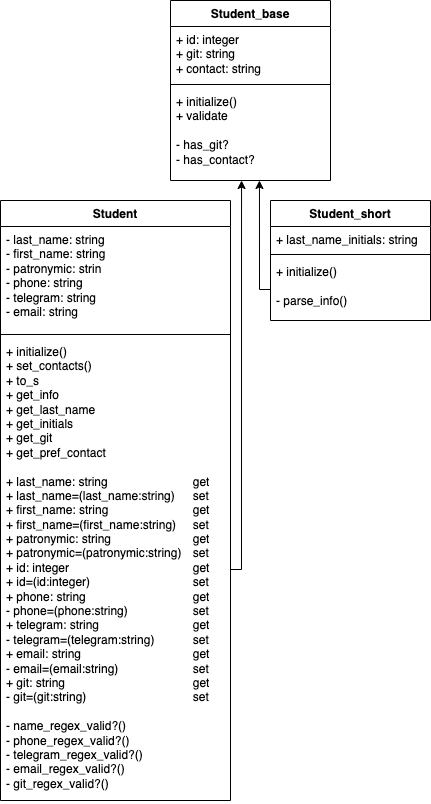
Above: Lab2_Core_Classes_and_Models/UML_Student.png in MishaBlinsky/design_patterns (draw.io), before the change. Source tidied: cells renumbered, new cells last; positions are measured from the earlier drawing's top-left corner, leaving out a move shared by most shapes.
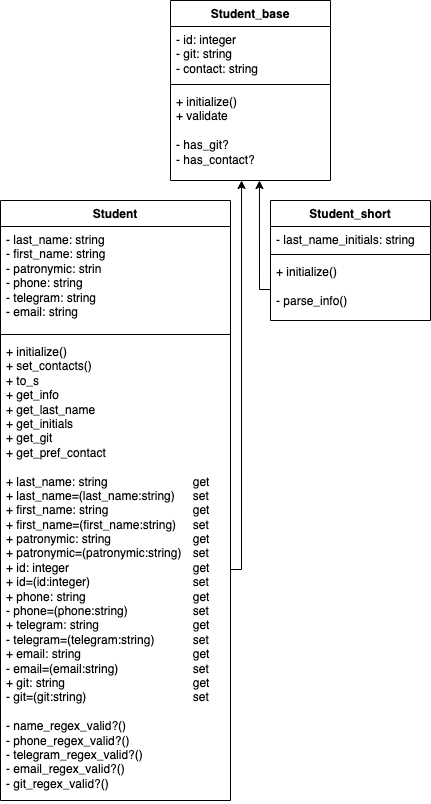
After the change.

Commit message:
UML_student.png - fields adjustment

The edit, as a diff of the source:
```diff
@@ -17,7 +17,7 @@
     <mxCell id="6" value="Student_base" style="swimlane;fontStyle=1;align=center;verticalAlign=top;horizontal=1;startSize=26;whiteSpace=wrap;html=1;" parent="1" vertex="1">
       <mxGeometry x="170" width="160" height="180" as="geometry" />
     </mxCell>
-    <mxCell id="7" value="+ id: integer&lt;div&gt;+ git: string&lt;/div&gt;&lt;div&gt;+ contact: string&lt;/div&gt;" style="text;strokeColor=none;fillColor=none;align=left;verticalAlign=top;spacingLeft=4;spacingRight=4;overflow=hidden;whiteSpace=wrap;html=1;" parent="6" vertex="1">
+    <mxCell id="7" value="- id: integer&lt;div&gt;- git: string&lt;/div&gt;&lt;div&gt;- contact: string&lt;/div&gt;" style="text;strokeColor=none;fillColor=none;align=left;verticalAlign=top;spacingLeft=4;spacingRight=4;overflow=hidden;whiteSpace=wrap;html=1;" parent="6" vertex="1">
       <mxGeometry y="26" width="160" height="54" as="geometry" />
     </mxCell>
     <mxCell id="8" style="line;strokeWidth=1;fillColor=none;align=left;verticalAlign=middle;spacingTop=-1;spacingLeft=3;spacingRight=3;labelPosition=right;strokeColor=inherit;" parent="6" vertex="1">
@@ -29,7 +29,7 @@
     <mxCell id="10" value="Student_short" style="swimlane;fontStyle=1;align=center;verticalAlign=top;horizontal=1;startSize=26;whiteSpace=wrap;html=1;" parent="1" vertex="1">
       <mxGeometry x="270" y="200" width="160" height="120" as="geometry" />
     </mxCell>
-    <mxCell id="11" value="+ last_name_initials: string" style="text;strokeColor=none;fillColor=none;align=left;verticalAlign=top;spacingLeft=4;spacingRight=4;overflow=hidden;whiteSpace=wrap;html=1;" parent="10" vertex="1">
+    <mxCell id="11" value="- last_name_initials: string" style="text;strokeColor=none;fillColor=none;align=left;verticalAlign=top;spacingLeft=4;spacingRight=4;overflow=hidden;whiteSpace=wrap;html=1;" parent="10" vertex="1">
       <mxGeometry y="26" width="160" height="24" as="geometry" />
     </mxCell>
     <mxCell id="12" style="line;strokeWidth=1;fillColor=none;align=left;verticalAlign=middle;spacingTop=-1;spacingLeft=3;spacingRight=3;labelPosition=right;strokeColor=inherit;" parent="10" vertex="1">
```
